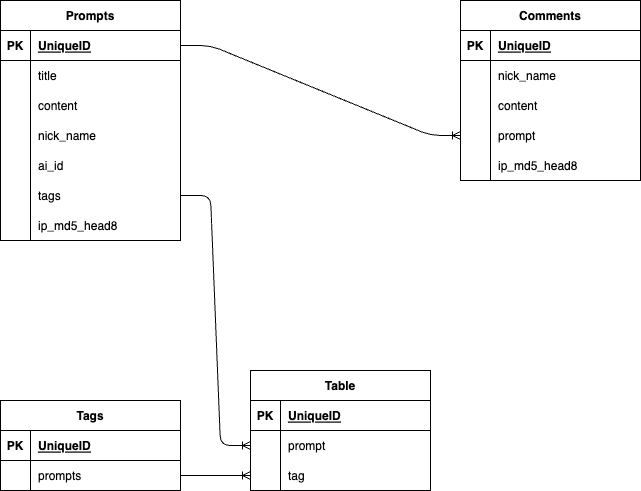
Before: data_base_setting.drawio.png, a diagram exported from draw.io (Takenoko463/prompter). Source tidied: cells renumbered, new cells last; positions are measured from the earlier drawing's top-left corner, leaving out a move shared by most shapes.
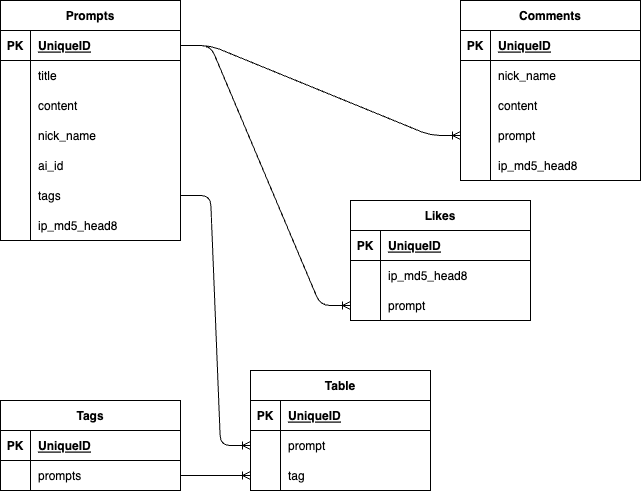
The same file after the commit.

Commit message:
ER図にLikesテーブル追加

The edit, as a diff of the source:
```diff
@@ -176,5 +176,38 @@
     <mxCell id="59" style="edgeStyle=entityRelationEdgeStyle;fontSize=12;html=1;endArrow=ERoneToMany;entryX=0;entryY=0.5;entryDx=0;entryDy=0;" parent="1" edge="1" source="3" target="34">
       <mxGeometry relative="1" as="geometry" />
     </mxCell>
+    <mxCell id="60" value="Likes" style="shape=table;startSize=30;rowLines=0;fontStyle=1;align=center;" parent="1" vertex="1">
+      <mxGeometry x="350" y="200" width="180" height="120" as="geometry" />
+    </mxCell>
+    <mxCell id="61" style="shape=tableRow;horizontal=0;startSize=0;swimlaneHead=0;swimlaneBody=0;fillColor=none;top=0;left=0;right=0;bottom=1;" parent="60" vertex="1">
+      <mxGeometry y="30" width="180" height="30" as="geometry" />
+    </mxCell>
+    <mxCell id="62" value="PK" style="shape=partialRectangle;fillColor=none;top=0;left=0;bottom=0;right=0;fontStyle=1;overflow=hidden;" parent="61" vertex="1">
+      <mxGeometry width="30" height="30" as="geometry" />
+    </mxCell>
+    <mxCell id="63" value="UniqueID" style="shape=partialRectangle;fillColor=none;top=0;left=0;bottom=0;right=0;align=left;spacingLeft=6;fontStyle=5;overflow=hidden;" parent="61" vertex="1">
+      <mxGeometry x="30" width="150" height="30" as="geometry" />
+    </mxCell>
+    <mxCell id="64" style="shape=tableRow;horizontal=0;startSize=0;swimlaneHead=0;swimlaneBody=0;fillColor=none;top=0;left=0;right=0;bottom=0;" parent="60" vertex="1">
+      <mxGeometry y="60" width="180" height="30" as="geometry" />
+    </mxCell>
+    <mxCell id="65" style="shape=partialRectangle;fillColor=none;top=0;left=0;bottom=0;right=0;overflow=hidden;" parent="64" vertex="1">
+      <mxGeometry width="30" height="30" as="geometry" />
+    </mxCell>
+    <mxCell id="66" value="ip_md5_head8" style="shape=partialRectangle;fillColor=none;top=0;left=0;bottom=0;right=0;align=left;spacingLeft=6;overflow=hidden;" parent="64" vertex="1">
+      <mxGeometry x="30" width="150" height="30" as="geometry" />
+    </mxCell>
+    <mxCell id="67" style="shape=tableRow;horizontal=0;startSize=0;swimlaneHead=0;swimlaneBody=0;fillColor=none;points=[[0,0.5],[1,0.5]];portConstraint=eastwest;top=0;left=0;right=0;bottom=0;" parent="60" vertex="1">
+      <mxGeometry y="90" width="180" height="30" as="geometry" />
+    </mxCell>
+    <mxCell id="68" style="shape=partialRectangle;fillColor=none;top=0;left=0;bottom=0;right=0;overflow=hidden;" parent="67" vertex="1">
+      <mxGeometry width="30" height="30" as="geometry" />
+    </mxCell>
+    <mxCell id="69" value="prompt" style="shape=partialRectangle;fillColor=none;top=0;left=0;bottom=0;right=0;align=left;spacingLeft=6;overflow=hidden;" parent="67" vertex="1">
+      <mxGeometry x="30" width="150" height="30" as="geometry" />
+    </mxCell>
+    <mxCell id="70" style="edgeStyle=entityRelationEdgeStyle;fontSize=12;html=1;endArrow=ERoneToMany;exitX=1;exitY=0.5;exitDx=0;exitDy=0;entryX=0;entryY=0.5;entryDx=0;entryDy=0;" parent="1" edge="1" source="3" target="67">
+      <mxGeometry relative="1" as="geometry" />
+    </mxCell>
   </root>
 </mxGraphModel>
```
